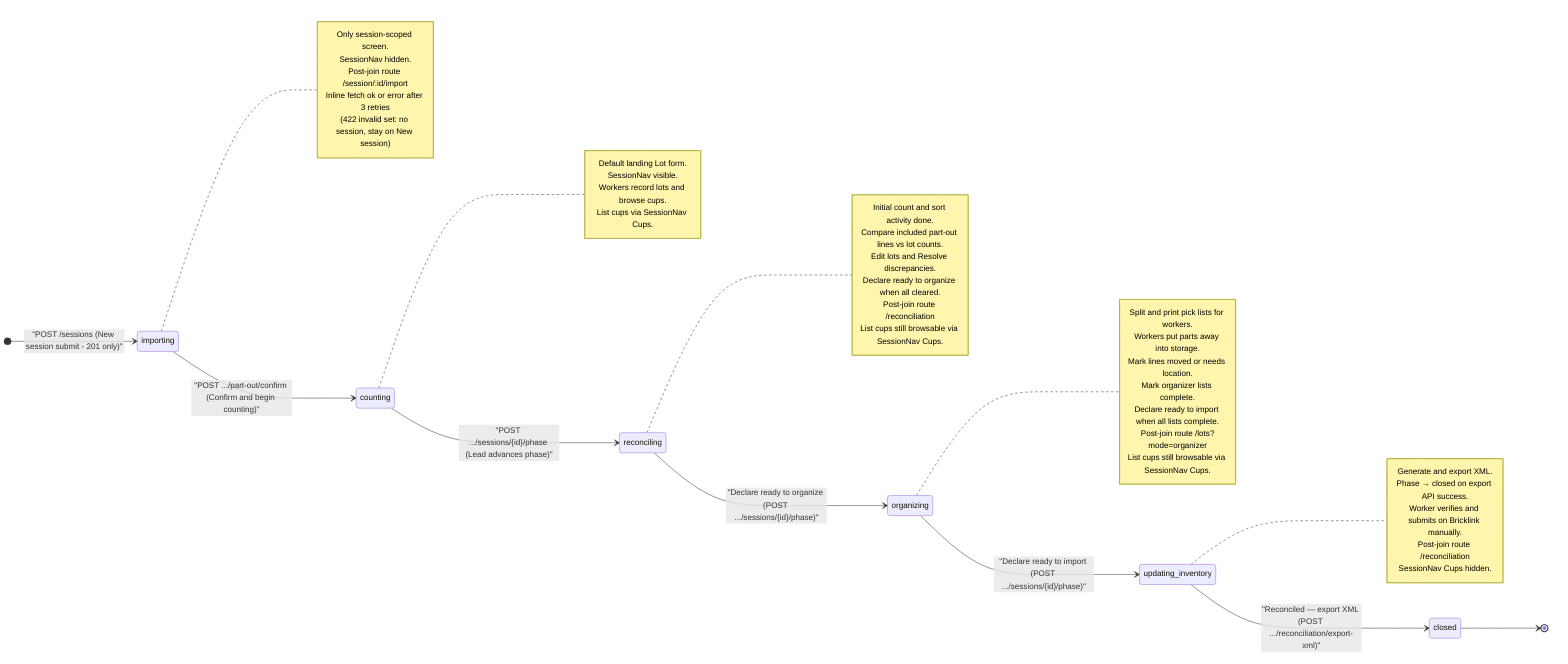
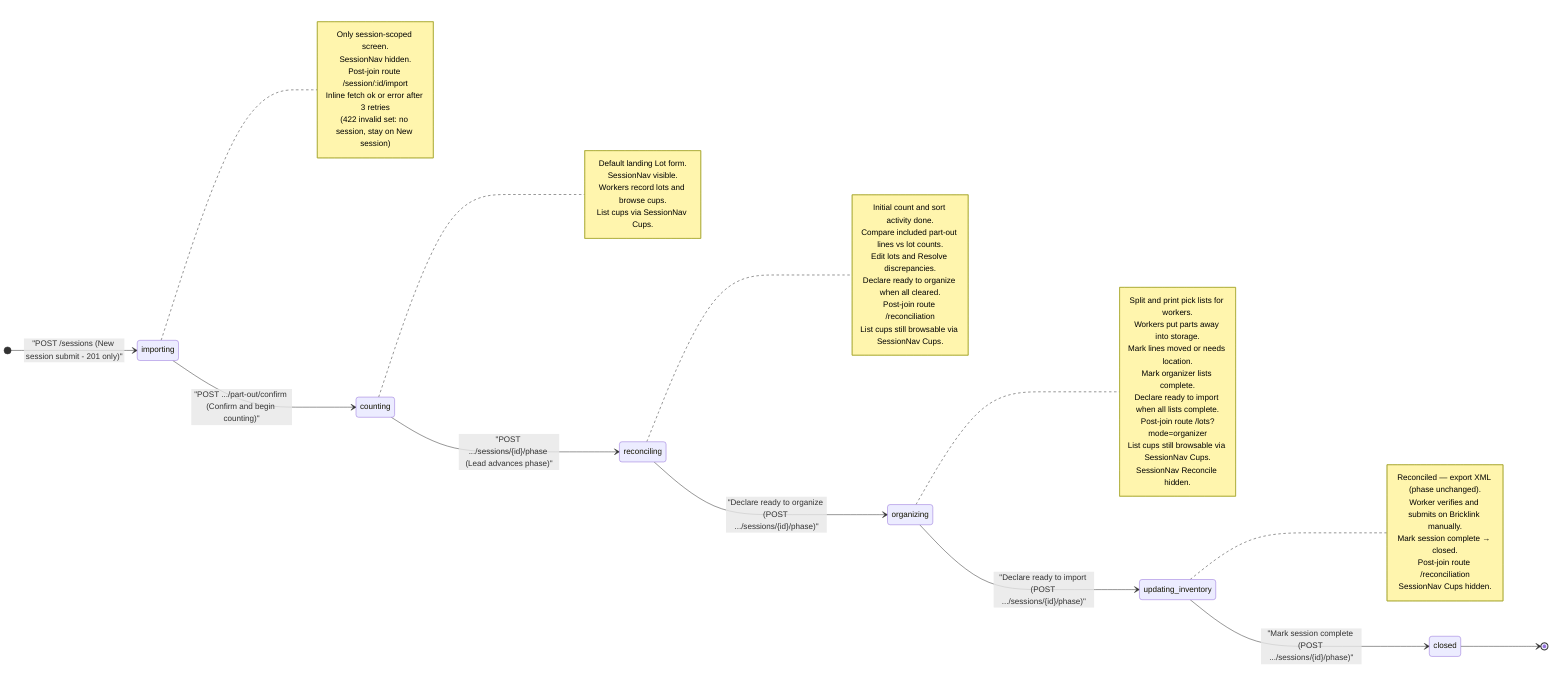
%% Session phase state machine
%% Sources: docs/view-specs/home.md, new-session.md, part-out-import.md, part-out-reconciliation.md,
%%          list-cups.md, list-lots.md, feature/part-out-coordinator/product-spec.md
%%
%% XML export and Bricklink mass update occur in updating_inventory, after organizing.

stateDiagram-v2
    direction LR

    [*] --> importing: "POST /sessions (New session submit - 201 only)"
    importing --> counting: "POST .../part-out/confirm (Confirm and begin counting)"
    counting --> reconciling: "POST .../sessions/{id}/phase (Lead advances phase)"
    reconciling --> organizing: "Declare ready to organize (POST .../sessions/{id}/phase)"
    organizing --> updating_inventory: "Declare ready to import (POST .../sessions/{id}/phase)"
-     updating_inventory --> closed: "Reconciled — export XML (POST .../reconciliation/export-xml)"
+     updating_inventory --> closed: "Mark session complete (POST .../sessions/{id}/phase)"
    closed --> [*]

    note right of importing
        Only session-scoped screen.
        SessionNav hidden.
        Post-join route /session/:id/import
        Inline fetch ok or error after 3 retries
        (422 invalid set: no session, stay on New session)
    end note

    note right of counting
        Default landing Lot form.
        SessionNav visible.
        Workers record lots and browse cups.
        List cups via SessionNav Cups.
    end note

    note right of reconciling
        Initial count and sort activity done.
        Compare included part-out lines vs lot counts.
        Edit lots and Resolve discrepancies.
        Declare ready to organize when all cleared.
        Post-join route /reconciliation
        List cups still browsable via SessionNav Cups.
    end note

    note right of organizing
        Split and print pick lists for workers.
        Workers put parts away into storage.
        Mark lines moved or needs location.
        Mark organizer lists complete.
        Declare ready to import when all lists complete.
        Post-join route /lots?mode=organizer
        List cups still browsable via SessionNav Cups.
+         SessionNav Reconcile hidden.
    end note

    note right of updating_inventory
-         Generate and export XML.
-         Phase → closed on export API success.
+         Reconciled — export XML (phase unchanged).
        Worker verifies and submits on Bricklink manually.
+         Mark session complete → closed.
        Post-join route /reconciliation
        SessionNav Cups hidden.
    end note
